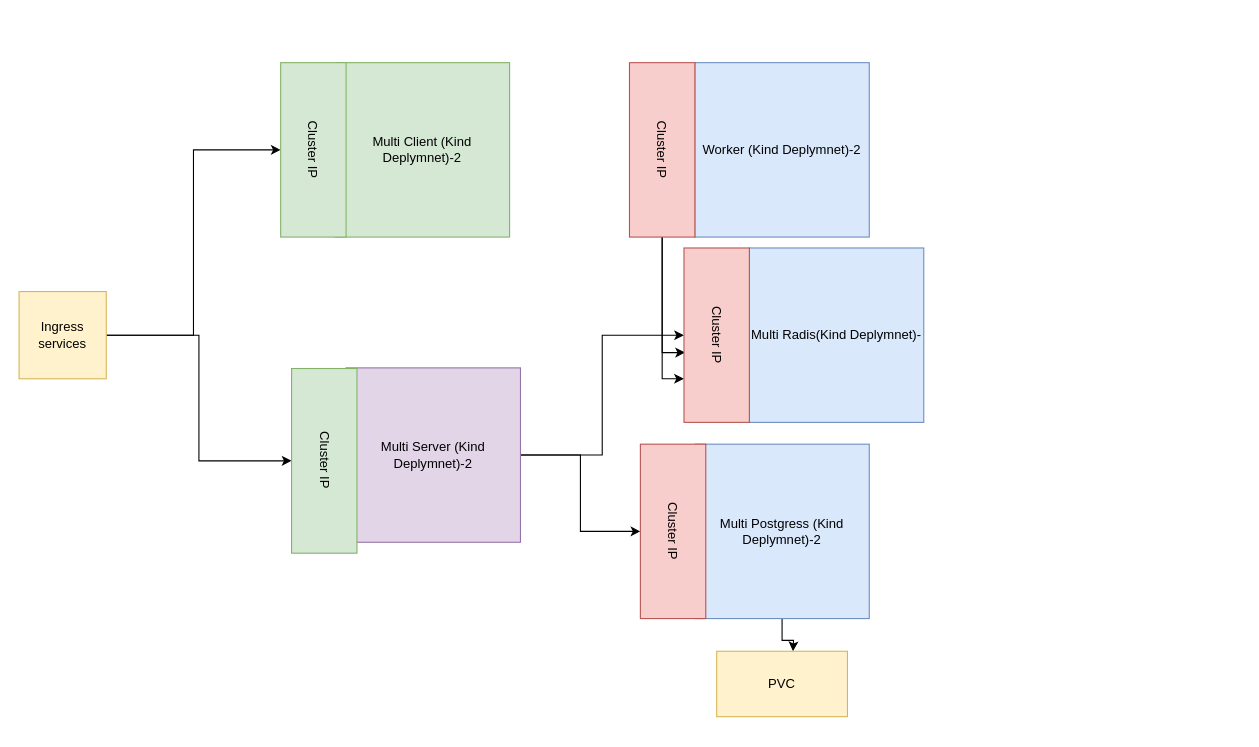
Earlier version of the draw.io diagram page "Page-3" (3 of 5) of Untitled Diagram.drawio (rkudache31/k8s). Source tidied: cells renumbered, new cells numbered last; positions are measured from the earlier drawing's top-left corner, leaving out a move shared by most shapes. Both pictures are drawn from the tidied source at 109%, with x=0, y=0 at pixel (19, 62).
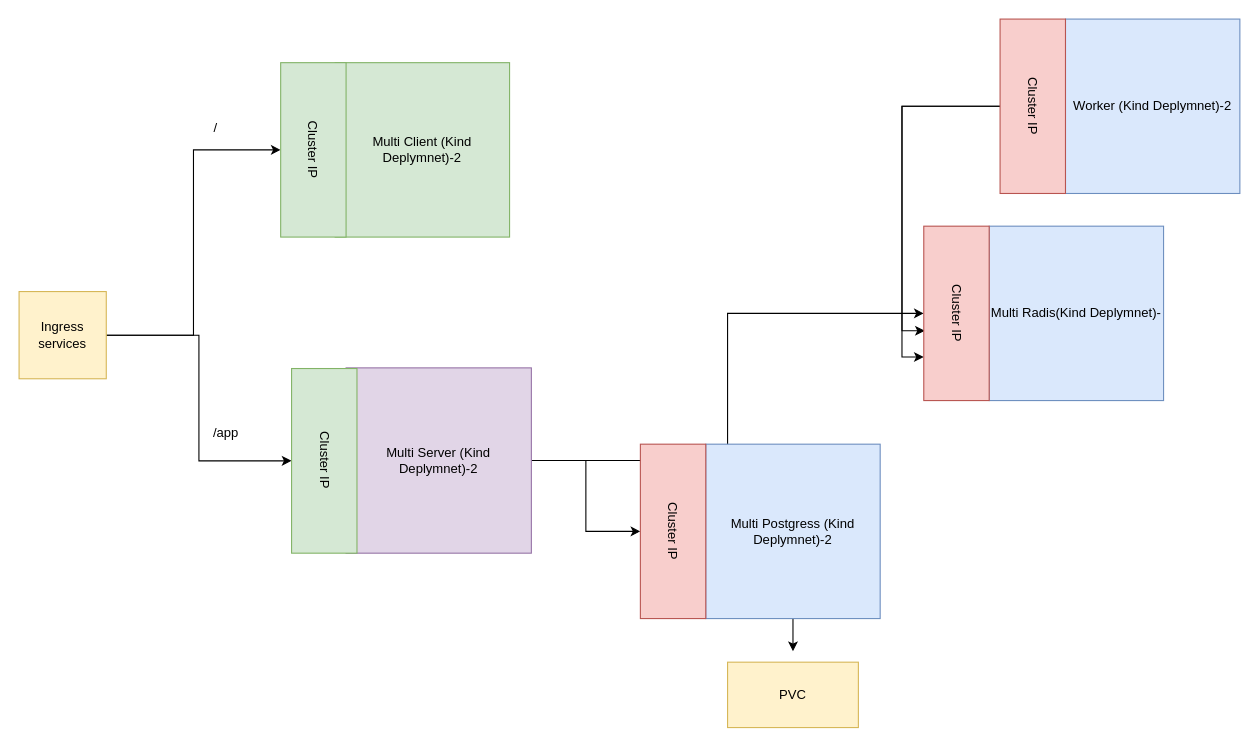
Above is the later version.

Diff of the diagram source:
```diff
@@
     <mxCell id="9" value="Multi Server (Kind Deplymnet)-2" style="whiteSpace=wrap;html=1;fillColor=#e1d5e7;strokeColor=#9673a6;" parent="1" vertex="1">
-      <mxGeometry x="300" y="280" width="160" height="160" as="geometry" />
+      <mxGeometry x="300" y="280" width="170" height="170" as="geometry" />
     </mxCell>
@@
     <mxCell id="11" value="Worker (Kind Deplymnet)-2" style="whiteSpace=wrap;html=1;fillColor=#dae8fc;strokeColor=#6c8ebf;" parent="1" vertex="1">
-      <mxGeometry x="620" width="160" height="160" as="geometry" />
+      <mxGeometry x="960" y="-40" width="160" height="160" as="geometry" />
     </mxCell>
@@
     <mxCell id="14" value="Cluster IP" style="rounded=0;whiteSpace=wrap;html=1;rotation=90;fillColor=#f8cecc;strokeColor=#b85450;" parent="1" vertex="1">
-      <mxGeometry x="510" y="50" width="160" height="60" as="geometry" />
+      <mxGeometry x="850" y="10" width="160" height="60" as="geometry" />
     </mxCell>
     <mxCell id="15" value="Multi Radis(Kind Deplymnet)-" style="whiteSpace=wrap;html=1;fillColor=#dae8fc;strokeColor=#6c8ebf;" parent="1" vertex="1">
-      <mxGeometry x="670" y="170" width="160" height="160" as="geometry" />
+      <mxGeometry x="890" y="150" width="160" height="160" as="geometry" />
     </mxCell>
     <mxCell id="16" value="Cluster IP" style="rounded=0;whiteSpace=wrap;html=1;rotation=90;fillColor=#f8cecc;strokeColor=#b85450;" parent="1" vertex="1">
-      <mxGeometry x="560" y="220" width="160" height="60" as="geometry" />
+      <mxGeometry x="780" y="200" width="160" height="60" as="geometry" />
     </mxCell>
@@
     <mxCell id="18" value="Multi Postgress (Kind Deplymnet)-2" style="whiteSpace=wrap;html=1;fillColor=#dae8fc;strokeColor=#6c8ebf;" parent="1" vertex="1">
-      <mxGeometry x="620" y="350" width="160" height="160" as="geometry" />
+      <mxGeometry x="630" y="350" width="160" height="160" as="geometry" />
     </mxCell>
@@
     <mxCell id="20" value="PVC" style="rounded=0;whiteSpace=wrap;html=1;fillColor=#fff2cc;strokeColor=#d6b656;" parent="1" vertex="1">
-      <mxGeometry x="640" y="540" width="120" height="60" as="geometry" />
+      <mxGeometry x="650" y="550" width="120" height="60" as="geometry" />
     </mxCell>
+    <mxCell id="21" value="/app" style="text;html=1;strokeColor=none;fillColor=none;align=center;verticalAlign=middle;whiteSpace=wrap;rounded=0;" parent="1" vertex="1">
+      <mxGeometry x="170" y="330" width="40" height="20" as="geometry" />
+    </mxCell>
+    <mxCell id="22" value="/" style="text;html=1;align=center;verticalAlign=middle;strokeColor=none;" parent="1" vertex="1">
+      <mxGeometry x="170" y="50" width="20" height="20" as="geometry" />
+    </mxCell>
```
